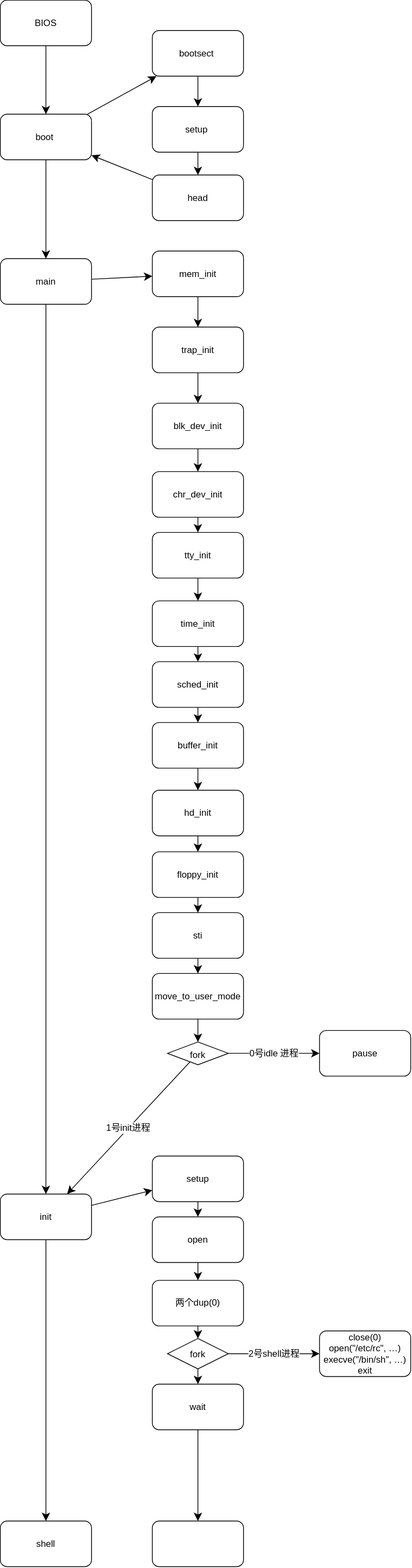
Earlier version of the draw.io export Linux  0.11启动.drawio.svg (chenxi829/draw_many_pic). Source tidied: cells renumbered, new cells last; positions are measured from the earlier drawing's top-left corner, leaving out a move shared by most shapes.
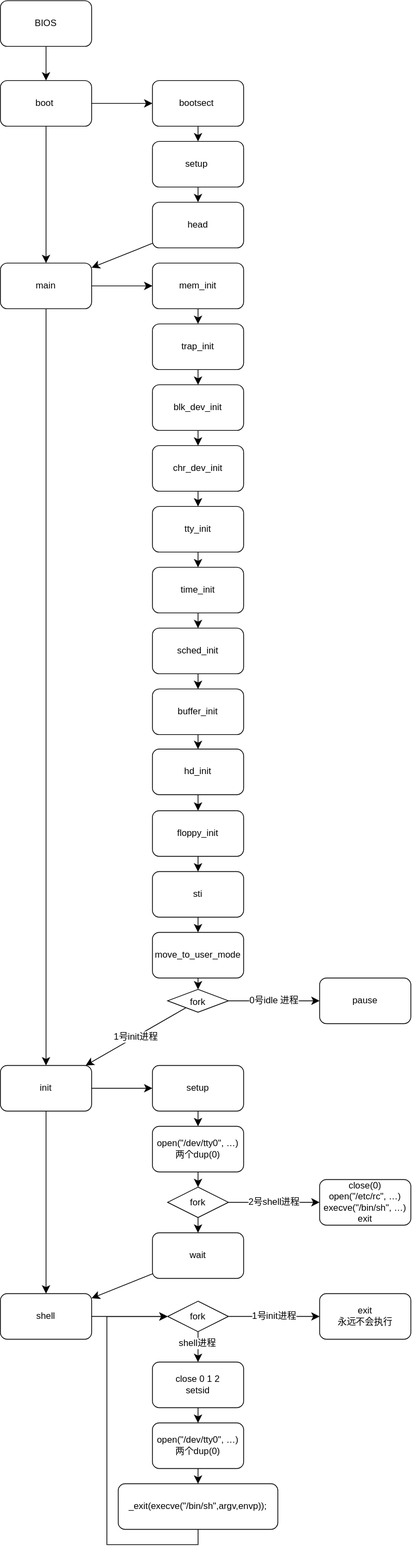
After the change.

Commit message:
更新 Linux  0.11启动完整流程

The edit, as a diff of the source:
```diff
@@ -3,28 +3,28 @@
     <mxCell id="0" />
     <mxCell id="1" parent="0" />
     <mxCell id="2" value="BIOS" style="rounded=1;whiteSpace=wrap;html=1;" parent="1" vertex="1">
-      <mxGeometry width="120" height="60" as="geometry" />
+      <mxGeometry y="70" width="120" height="60" as="geometry" />
     </mxCell>
     <mxCell id="3" style="endArrow=classic;html=1;rounded=0;fontSize=12;startSize=8;endSize=8;curved=1;" parent="1" edge="1" source="2" target="5">
       <mxGeometry relative="1" as="geometry" />
     </mxCell>
-    <mxCell id="4" style="rounded=0;jettySize=auto;html=1;fontSize=12;startSize=8;endSize=8;" parent="1" edge="1" source="9" target="5">
+    <mxCell id="4" style="rounded=0;jettySize=auto;html=1;fontSize=12;startSize=8;endSize=8;" parent="1" edge="1" source="9" target="12">
       <mxGeometry relative="1" as="geometry" />
     </mxCell>
     <mxCell id="5" value="boot&amp;nbsp;" style="rounded=1;whiteSpace=wrap;html=1;" parent="1" vertex="1">
-      <mxGeometry y="150" width="120" height="60" as="geometry" />
+      <mxGeometry y="175" width="120" height="60" as="geometry" />
     </mxCell>
     <mxCell id="6" style="endArrow=classic;html=1;rounded=0;fontSize=12;startSize=8;endSize=8;curved=1;" parent="1" edge="1" source="5" target="7">
       <mxGeometry relative="1" as="geometry" />
     </mxCell>
     <mxCell id="7" value="bootsect&amp;nbsp;" style="rounded=1;whiteSpace=wrap;html=1;" parent="1" vertex="1">
-      <mxGeometry x="200" y="40" width="120" height="60" as="geometry" />
+      <mxGeometry x="200" y="175" width="120" height="60" as="geometry" />
     </mxCell>
     <mxCell id="8" value="setup&amp;nbsp;" style="rounded=1;whiteSpace=wrap;html=1;" parent="1" vertex="1">
-      <mxGeometry x="200" y="140" width="120" height="60" as="geometry" />
+      <mxGeometry x="200" y="255" width="120" height="60" as="geometry" />
     </mxCell>
     <mxCell id="9" value="head" style="rounded=1;whiteSpace=wrap;html=1;" parent="1" vertex="1">
-      <mxGeometry x="200" y="230" width="120" height="60" as="geometry" />
+      <mxGeometry x="200" y="335" width="120" height="60" as="geometry" />
     </mxCell>
     <mxCell id="10" style="endArrow=classic;html=1;rounded=0;fontSize=12;startSize=8;endSize=8;curved=1;" parent="1" edge="1" source="7" target="8">
       <mxGeometry relative="1" as="geometry" />
@@ -33,13 +33,13 @@
       <mxGeometry relative="1" as="geometry" />
     </mxCell>
     <mxCell id="12" value="main" style="whiteSpace=wrap;html=1;rounded=1;" parent="1" vertex="1">
-      <mxGeometry y="340" width="120" height="60" as="geometry" />
+      <mxGeometry y="415" width="120" height="60" as="geometry" />
     </mxCell>
     <mxCell id="13" value="mem_init" style="rounded=1;whiteSpace=wrap;html=1;" parent="1" vertex="1">
-      <mxGeometry x="200" y="330" width="120" height="60" as="geometry" />
+      <mxGeometry x="200" y="415" width="120" height="60" as="geometry" />
     </mxCell>
     <mxCell id="14" value="trap_init" style="rounded=1;whiteSpace=wrap;html=1;" parent="1" vertex="1">
-      <mxGeometry x="200" y="430" width="120" height="60" as="geometry" />
+      <mxGeometry x="200" y="495" width="120" height="60" as="geometry" />
     </mxCell>
     <mxCell id="15" style="endArrow=classic;html=1;rounded=0;fontSize=12;startSize=8;endSize=8;curved=1;" parent="1" edge="1" source="5" target="12">
       <mxGeometry relative="1" as="geometry" />
@@ -48,34 +48,34 @@
       <mxGeometry relative="1" as="geometry" />
     </mxCell>
     <mxCell id="17" value="blk_dev_init" style="rounded=1;whiteSpace=wrap;html=1;" parent="1" vertex="1">
-      <mxGeometry x="200" y="530" width="120" height="60" as="geometry" />
+      <mxGeometry x="200" y="575" width="120" height="60" as="geometry" />
     </mxCell>
     <mxCell id="18" value="chr_dev_init" style="rounded=1;whiteSpace=wrap;html=1;" parent="1" vertex="1">
-      <mxGeometry x="200" y="620" width="120" height="60" as="geometry" />
+      <mxGeometry x="200" y="655" width="120" height="60" as="geometry" />
     </mxCell>
     <mxCell id="19" value="tty_init" style="rounded=1;whiteSpace=wrap;html=1;" parent="1" vertex="1">
-      <mxGeometry x="200" y="700" width="120" height="60" as="geometry" />
+      <mxGeometry x="200" y="735" width="120" height="60" as="geometry" />
     </mxCell>
     <mxCell id="20" value="time_init" style="rounded=1;whiteSpace=wrap;html=1;" parent="1" vertex="1">
-      <mxGeometry x="200" y="790" width="120" height="60" as="geometry" />
+      <mxGeometry x="200" y="815" width="120" height="60" as="geometry" />
     </mxCell>
     <mxCell id="21" value="sched_init" style="rounded=1;whiteSpace=wrap;html=1;" parent="1" vertex="1">
-      <mxGeometry x="200" y="870" width="120" height="60" as="geometry" />
+      <mxGeometry x="200" y="895" width="120" height="60" as="geometry" />
     </mxCell>
     <mxCell id="22" value="buffer_init" style="rounded=1;whiteSpace=wrap;html=1;" parent="1" vertex="1">
-      <mxGeometry x="200" y="950" width="120" height="60" as="geometry" />
+      <mxGeometry x="200" y="975" width="120" height="60" as="geometry" />
     </mxCell>
     <mxCell id="23" value="hd_init" style="rounded=1;whiteSpace=wrap;html=1;" parent="1" vertex="1">
-      <mxGeometry x="200" y="1039" width="120" height="60" as="geometry" />
+      <mxGeometry x="200" y="1054" width="120" height="60" as="geometry" />
     </mxCell>
     <mxCell id="24" value="floppy_init" style="rounded=1;whiteSpace=wrap;html=1;" parent="1" vertex="1">
-      <mxGeometry x="200" y="1120" width="120" height="60" as="geometry" />
+      <mxGeometry x="200" y="1135" width="120" height="60" as="geometry" />
     </mxCell>
     <mxCell id="25" value="sti" style="rounded=1;whiteSpace=wrap;html=1;" parent="1" vertex="1">
-      <mxGeometry x="200" y="1200" width="120" height="60" as="geometry" />
+      <mxGeometry x="200" y="1215" width="120" height="60" as="geometry" />
     </mxCell>
     <mxCell id="26" value="move_to_user_mode" style="rounded=1;whiteSpace=wrap;html=1;" parent="1" vertex="1">
-      <mxGeometry x="200" y="1280" width="120" height="60" as="geometry" />
+      <mxGeometry x="200" y="1295" width="120" height="60" as="geometry" />
     </mxCell>
     <mxCell id="27" style="endArrow=classic;html=1;rounded=0;fontSize=12;startSize=8;endSize=8;curved=1;" parent="1" edge="1" source="17" target="18">
       <mxGeometry relative="1" as="geometry" />
@@ -114,7 +114,7 @@
       <mxGeometry relative="1" as="geometry" />
     </mxCell>
     <mxCell id="39" value="init" style="rounded=1;whiteSpace=wrap;html=1;" parent="1" vertex="1">
-      <mxGeometry y="1570" width="120" height="60" as="geometry" />
+      <mxGeometry y="1470" width="120" height="60" as="geometry" />
     </mxCell>
     <mxCell id="40" style="endArrow=classic;html=1;rounded=0;fontSize=12;startSize=8;endSize=8;curved=1;" parent="1" edge="1" source="12" target="39">
       <mxGeometry relative="1" as="geometry" />
@@ -138,20 +138,17 @@
       <mxGeometry relative="1" as="geometry" />
     </mxCell>
     <mxCell id="47" value="setup" style="rounded=1;whiteSpace=wrap;html=1;" parent="1" vertex="1">
-      <mxGeometry x="200" y="1520" width="120" height="60" as="geometry" />
+      <mxGeometry x="200" y="1470" width="120" height="60" as="geometry" />
     </mxCell>
     <mxCell id="48" style="endArrow=classic;html=1;rounded=0;fontSize=12;startSize=8;endSize=8;curved=1;" parent="1" edge="1" source="39" target="47">
       <mxGeometry relative="1" as="geometry" />
     </mxCell>
-    <mxCell id="49" style="edgeStyle=none;curved=1;rounded=0;jettySize=auto;html=1;fontSize=12;startSize=8;endSize=8;" parent="1" edge="1" source="50" target="51">
+    <mxCell id="49" style="edgeStyle=none;curved=1;rounded=0;jettySize=auto;html=1;fontSize=12;startSize=8;endSize=8;" parent="1" edge="1" source="50" target="54">
       <mxGeometry relative="1" as="geometry" />
     </mxCell>
-    <mxCell id="50" value="open" style="whiteSpace=wrap;html=1;rounded=1;" parent="1" vertex="1">
-      <mxGeometry x="200" y="1600" width="120" height="60" as="geometry" />
+    <mxCell id="50" value="open(&quot;/dev/tty0&quot;, …)&lt;div&gt;两个dup(0)&lt;/div&gt;" style="whiteSpace=wrap;html=1;rounded=1;" parent="1" vertex="1">
+      <mxGeometry x="200" y="1550" width="120" height="60" as="geometry" />
     </mxCell>
-    <mxCell id="51" value="两个dup(0)" style="whiteSpace=wrap;html=1;rounded=1;" parent="1" vertex="1">
-      <mxGeometry x="200" y="1683.5" width="120" height="60" as="geometry" />
-    </mxCell>
     <mxCell id="52" value="2号shell进程" style="edgeStyle=none;curved=1;rounded=0;jettySize=auto;html=1;fontSize=12;startSize=8;endSize=8;" parent="1" edge="1" source="54" target="57">
       <mxGeometry relative="1" as="geometry" />
     </mxCell>
@@ -159,25 +156,61 @@
       <mxGeometry relative="1" as="geometry" />
     </mxCell>
     <mxCell id="54" value="fork" style="rhombus;whiteSpace=wrap;html=1;shapeInside=1;" parent="1" vertex="1">
-      <mxGeometry x="220" y="1760" width="80" height="40" as="geometry" />
+      <mxGeometry x="220" y="1630" width="80" height="40" as="geometry" />
     </mxCell>
-    <mxCell id="55" style="endArrow=classic;html=1;rounded=0;fontSize=12;startSize=8;endSize=8;curved=1;" parent="1" edge="1" source="51" target="54">
-      <mxGeometry relative="1" as="geometry" />
-    </mxCell>
     <mxCell id="56" value="shell" style="whiteSpace=wrap;html=1;rounded=1;" parent="1" vertex="1">
-      <mxGeometry y="2000" width="120" height="60" as="geometry" />
+      <mxGeometry y="1770" width="120" height="60" as="geometry" />
     </mxCell>
     <mxCell id="57" value="close(0)&lt;div&gt;open(&quot;/etc/rc&quot;, …)&lt;/div&gt;&lt;div&gt;execve(&quot;/bin/sh&quot;, …)&lt;br&gt;&lt;/div&gt;&lt;div&gt;exit&lt;/div&gt;" style="rounded=1;whiteSpace=wrap;html=1;" parent="1" vertex="1">
-      <mxGeometry x="420" y="1750" width="120" height="60" as="geometry" />
+      <mxGeometry x="420" y="1620" width="120" height="60" as="geometry" />
     </mxCell>
-    <mxCell id="58" style="edgeStyle=none;curved=1;rounded=0;jettySize=auto;html=1;fontSize=12;startSize=8;endSize=8;" parent="1" edge="1" source="59" target="60">
+    <mxCell id="58" style="edgeStyle=none;curved=1;rounded=0;jettySize=auto;html=1;fontSize=12;startSize=8;endSize=8;" parent="1" edge="1" source="56" target="65">
       <mxGeometry relative="1" as="geometry" />
     </mxCell>
     <mxCell id="59" value="wait" style="rounded=1;whiteSpace=wrap;html=1;" parent="1" vertex="1">
-      <mxGeometry x="200" y="1820" width="120" height="60" as="geometry" />
+      <mxGeometry x="200" y="1690" width="120" height="60" as="geometry" />
     </mxCell>
-    <mxCell id="60" style="whiteSpace=wrap;html=1;rounded=1;" parent="1" vertex="1">
-      <mxGeometry x="200" y="2000" width="120" height="60" as="geometry" />
-    </mxCell>
+    <mxCell id="61" style="endArrow=classic;html=1;rounded=0;fontSize=12;startSize=8;endSize=8;curved=1;" parent="1" edge="1" source="59" target="56">
+      <mxGeometry relative="1" as="geometry" />
+    </mxCell>
+    <mxCell id="62" value="1号init进程" style="edgeStyle=none;curved=1;rounded=0;jettySize=auto;html=1;fontSize=12;startSize=8;endSize=8;" parent="1" edge="1" source="65" target="66">
+      <mxGeometry relative="1" as="geometry" />
+    </mxCell>
+    <mxCell id="63" style="edgeStyle=none;curved=1;rounded=0;jettySize=auto;html=1;fontSize=12;startSize=8;endSize=8;" parent="1" edge="1" source="65" target="68">
+      <mxGeometry relative="1" as="geometry" />
+    </mxCell>
+    <mxCell id="64" value="shell进程" style="edgeLabel;html=1;align=center;verticalAlign=middle;fontSize=12;" parent="63" vertex="1">
+      <mxGeometry x="-0.22" y="-2" relative="1" as="geometry" />
+    </mxCell>
+    <mxCell id="65" value="fork" style="rhombus;whiteSpace=wrap;html=1;shapeInside=1;" parent="1" vertex="1">
+      <mxGeometry x="220" y="1780" width="80" height="40" as="geometry" />
+    </mxCell>
+    <mxCell id="66" value="exit&lt;div&gt;永远不会执行&lt;/div&gt;" style="rounded=1;whiteSpace=wrap;html=1;" parent="1" vertex="1">
+      <mxGeometry x="420" y="1770" width="120" height="60" as="geometry" />
+    </mxCell>
+    <mxCell id="67" style="edgeStyle=none;curved=1;rounded=0;jettySize=auto;html=1;fontSize=12;startSize=8;endSize=8;" parent="1" edge="1" source="68" target="70">
+      <mxGeometry relative="1" as="geometry" />
+    </mxCell>
+    <mxCell id="68" value="close 0 1 2&lt;div&gt;setsid&lt;/div&gt;" style="rounded=1;whiteSpace=wrap;html=1;" parent="1" vertex="1">
+      <mxGeometry x="200" y="1860" width="120" height="60" as="geometry" />
+    </mxCell>
+    <mxCell id="69" style="edgeStyle=none;curved=1;rounded=0;jettySize=auto;html=1;fontSize=12;startSize=8;endSize=8;" parent="1" edge="1" source="70" target="71">
+      <mxGeometry relative="1" as="geometry" />
+    </mxCell>
+    <mxCell id="70" value="open(&quot;/dev/tty0&quot;, …)&lt;div&gt;两个dup(0)&lt;/div&gt;" style="whiteSpace=wrap;html=1;rounded=1;" parent="1" vertex="1">
+      <mxGeometry x="200" y="1940" width="120" height="60" as="geometry" />
+    </mxCell>
+    <mxCell id="71" value="_exit(execve(&quot;/bin/sh&quot;,argv,envp));" style="whiteSpace=wrap;html=1;rounded=1;" parent="1" vertex="1">
+      <mxGeometry x="155" y="2020" width="210" height="60" as="geometry" />
+    </mxCell>
+    <mxCell id="72" style="endArrow=classic;html=1;rounded=0;fontSize=12;startSize=8;endSize=8;edgeStyle=orthogonalEdgeStyle;" parent="1" edge="1" source="71" target="65">
+      <mxGeometry relative="1" as="geometry">
+        <Array as="points">
+          <mxPoint x="260" y="2100" />
+          <mxPoint x="140" y="2100" />
+          <mxPoint x="140" y="1800.1" />
+        </Array>
+      </mxGeometry>
+    </mxCell>
   </root>
 </mxGraphModel>
```
